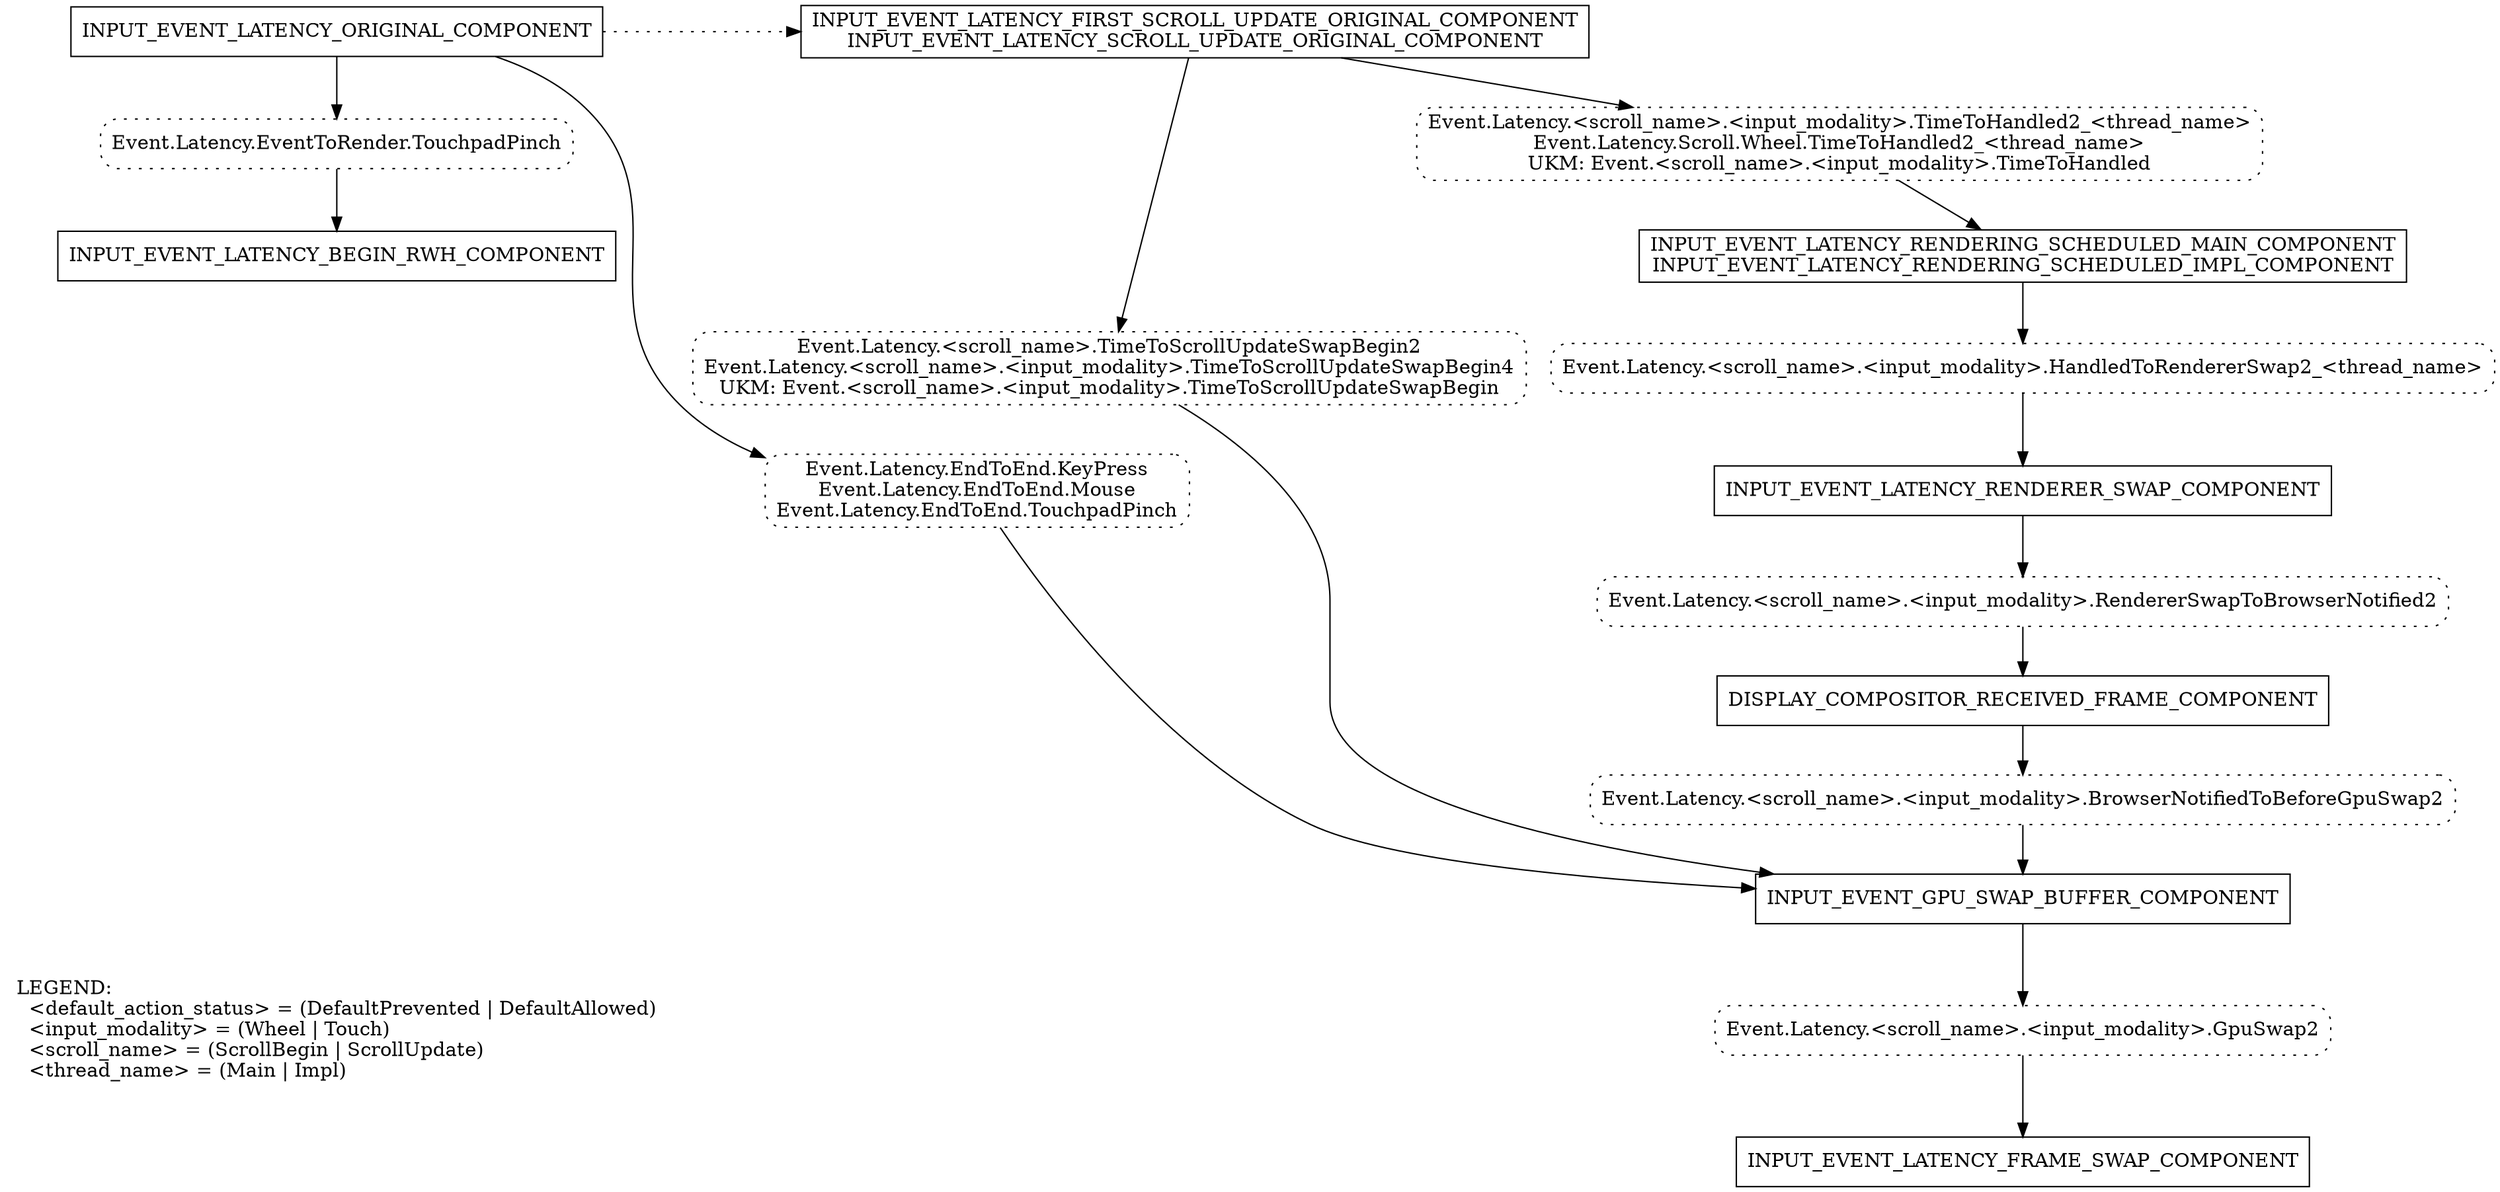
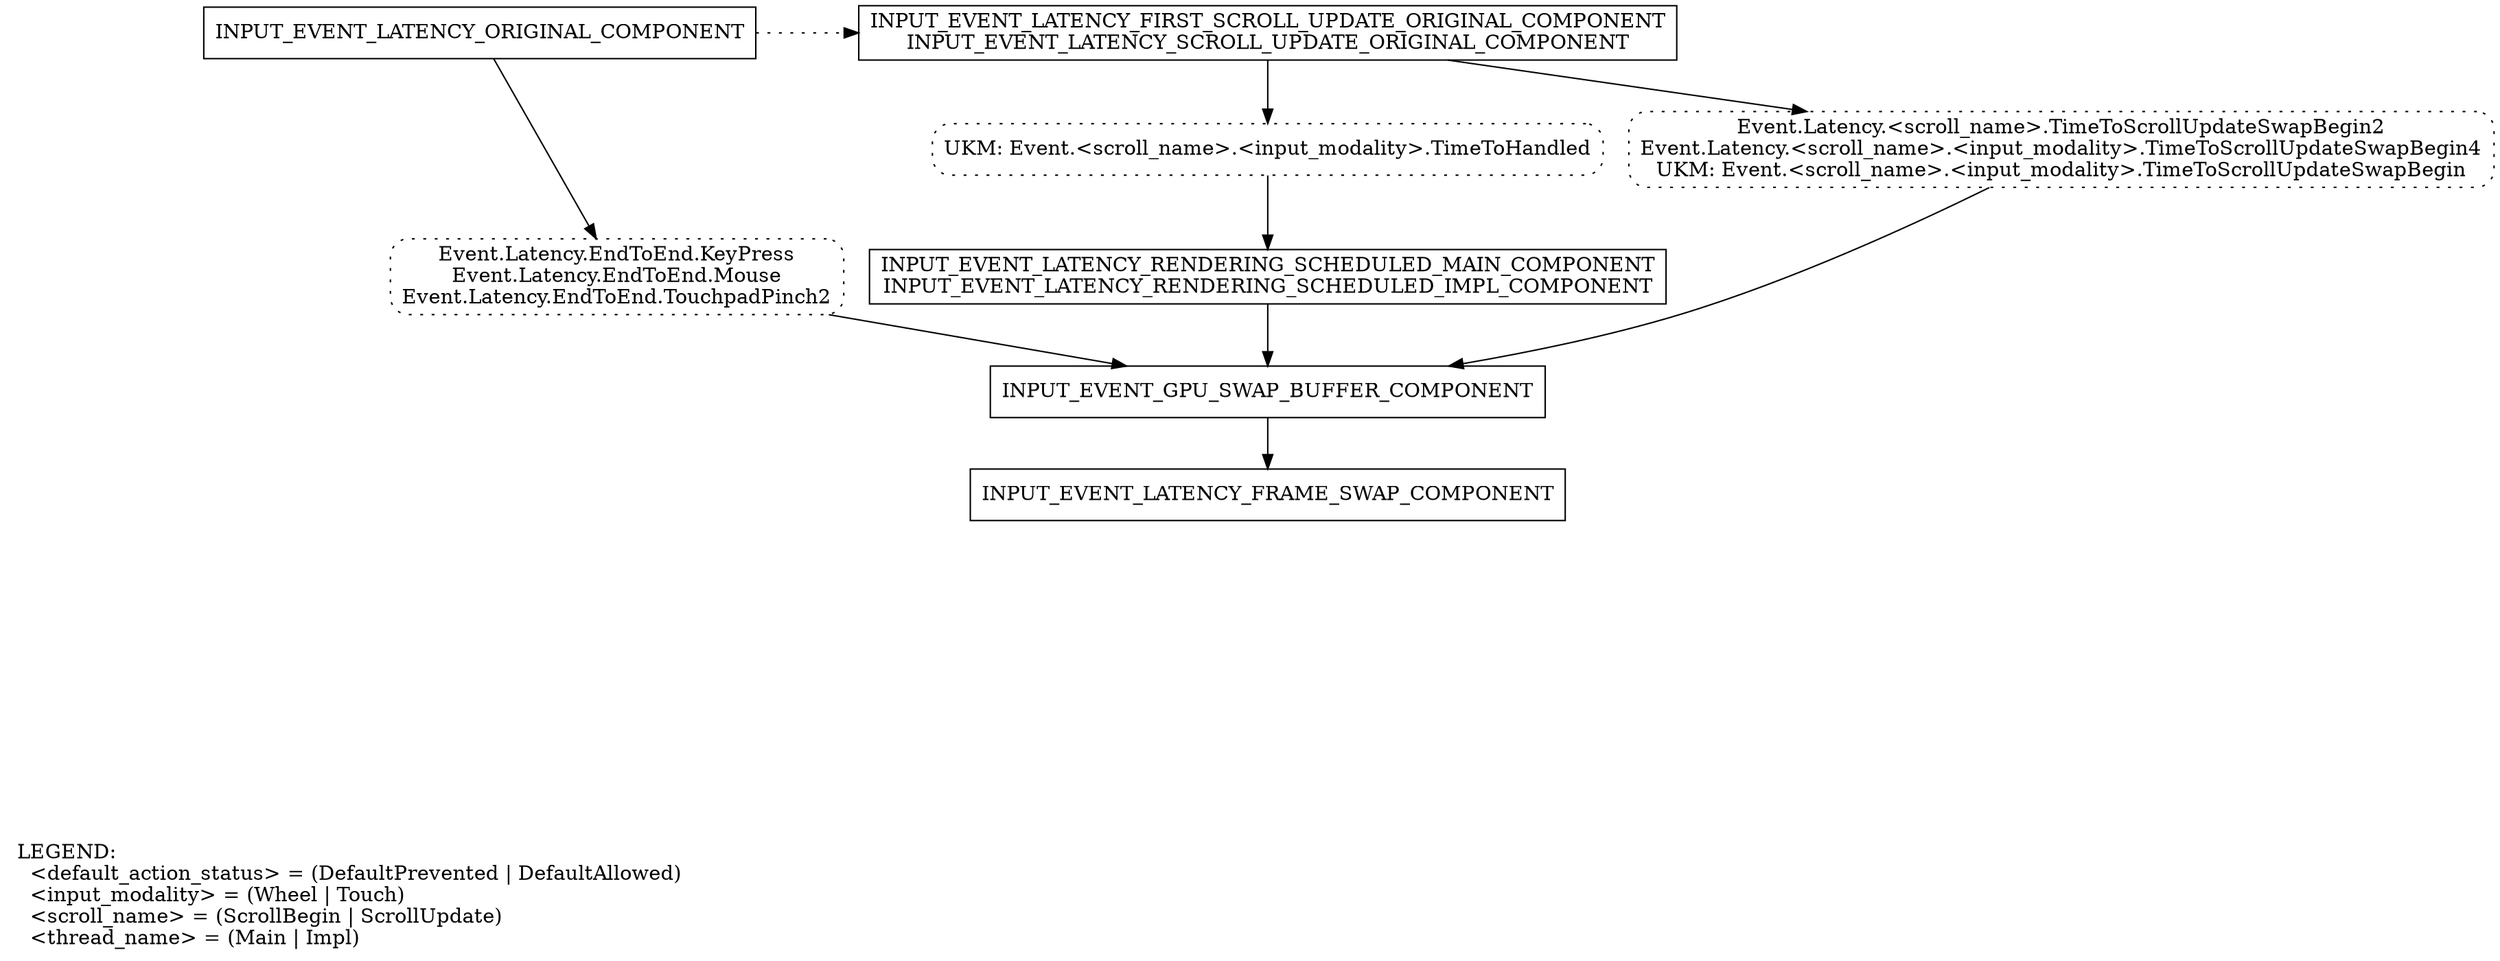
// dot -Tpdf ui/latency/latency_info.dot > latency_info.pdf

digraph LatencyInfo {
  node[shape=box];

  // Set shape and label of metric names.
  {
    node[style="dotted,rounded"];

-     "Event.Latency.EventToRender.TouchpadPinch";
    end_to_end_metrics
      [label="\
Event.Latency.EndToEnd.KeyPress\n\
Event.Latency.EndToEnd.Mouse\n\
- Event.Latency.EndToEnd.TouchpadPinch\n"];
+ Event.Latency.EndToEnd.TouchpadPinch2\n"];
+     scroll_to_schedule_metrics
+       [label="\
+ UKM: Event.<scroll_name>.<input_modality>.TimeToHandled\n"];
    scroll_to_gpu_swap_metrics
      [label="\
Event.Latency.<scroll_name>.TimeToScrollUpdateSwapBegin2\n\
Event.Latency.<scroll_name>.<input_modality>.TimeToScrollUpdateSwapBegin4\n\
UKM: Event.<scroll_name>.<input_modality>.TimeToScrollUpdateSwapBegin\n"]
-     scroll_to_schedule_metrics
-       [label="\
- Event.Latency.<scroll_name>.<input_modality>.TimeToHandled2_<thread_name>\n\
- Event.Latency.Scroll.Wheel.TimeToHandled2_<thread_name>\n\
- UKM: Event.<scroll_name>.<input_modality>.TimeToHandled\n"];
-     "Event.Latency.<scroll_name>.<input_modality>.HandledToRendererSwap2_<thread_name>";
-     "Event.Latency.<scroll_name>.<input_modality>.RendererSwapToBrowserNotified2";
-     "Event.Latency.<scroll_name>.<input_modality>.BrowserNotifiedToBeforeGpuSwap2";
-     "Event.Latency.<scroll_name>.<input_modality>.GpuSwap2";
  }

  // Set labels for nodes with multiple components.
  scroll_original
    [label="\
INPUT_EVENT_LATENCY_FIRST_SCROLL_UPDATE_ORIGINAL_COMPONENT\n\
INPUT_EVENT_LATENCY_SCROLL_UPDATE_ORIGINAL_COMPONENT"];
  rendering_scheduled
    [label="\
INPUT_EVENT_LATENCY_RENDERING_SCHEDULED_MAIN_COMPONENT\n\
INPUT_EVENT_LATENCY_RENDERING_SCHEDULED_IMPL_COMPONENT"];

  // Layout "original" components at the top.
  {
    rank=same;
-     edge[style=dotted,minlen=8];
+     edge[style=dotted,minlen=4];
    INPUT_EVENT_LATENCY_ORIGINAL_COMPONENT->
    scroll_original;
  }

  // Layout the rest of the components.
  INPUT_EVENT_LATENCY_ORIGINAL_COMPONENT->
-   "Event.Latency.EventToRender.TouchpadPinch"->
-   INPUT_EVENT_LATENCY_BEGIN_RWH_COMPONENT
-     [weight=3];
- 
-   INPUT_EVENT_LATENCY_ORIGINAL_COMPONENT->
  end_to_end_metrics->
  INPUT_EVENT_GPU_SWAP_BUFFER_COMPONENT;
+ 
+   scroll_original->
+   scroll_to_schedule_metrics->
+   rendering_scheduled->
+   INPUT_EVENT_GPU_SWAP_BUFFER_COMPONENT->
+   INPUT_EVENT_LATENCY_FRAME_SWAP_COMPONENT
+     [weight=4];

  scroll_original->
  scroll_to_gpu_swap_metrics->
  INPUT_EVENT_GPU_SWAP_BUFFER_COMPONENT;

-   scroll_original->
-   scroll_to_schedule_metrics->
-   rendering_scheduled;
- 
-   rendering_scheduled->
-   "Event.Latency.<scroll_name>.<input_modality>.HandledToRendererSwap2_<thread_name>"->
-   INPUT_EVENT_LATENCY_RENDERER_SWAP_COMPONENT->
-   "Event.Latency.<scroll_name>.<input_modality>.RendererSwapToBrowserNotified2"->
-   DISPLAY_COMPOSITOR_RECEIVED_FRAME_COMPONENT->
-   "Event.Latency.<scroll_name>.<input_modality>.BrowserNotifiedToBeforeGpuSwap2"->
-   INPUT_EVENT_GPU_SWAP_BUFFER_COMPONENT->
-   "Event.Latency.<scroll_name>.<input_modality>.GpuSwap2"->
-   INPUT_EVENT_LATENCY_FRAME_SWAP_COMPONENT
-     [weight=4];
- 
-   // Add legend and position it under INPUT_EVENT_LATENCY_BEGIN_RWH_COMPONENT.
+   // Add legend and position it under INPUT_EVENT_LATENCY_ORIGINAL_COMPONENT.
  legend
    [shape=plaintext,label="\
LEGEND:\l\
  <default_action_status> = (DefaultPrevented | DefaultAllowed)\l\
  <input_modality> = (Wheel | Touch)\l\
  <scroll_name> = (ScrollBegin | ScrollUpdate)\l\
  <thread_name> = (Main | Impl)\l"];
-   INPUT_EVENT_LATENCY_BEGIN_RWH_COMPONENT->
+   INPUT_EVENT_LATENCY_ORIGINAL_COMPONENT->
  legend
-     [style=invis,minlen=7];
+     [style=invis,minlen=10];
}
